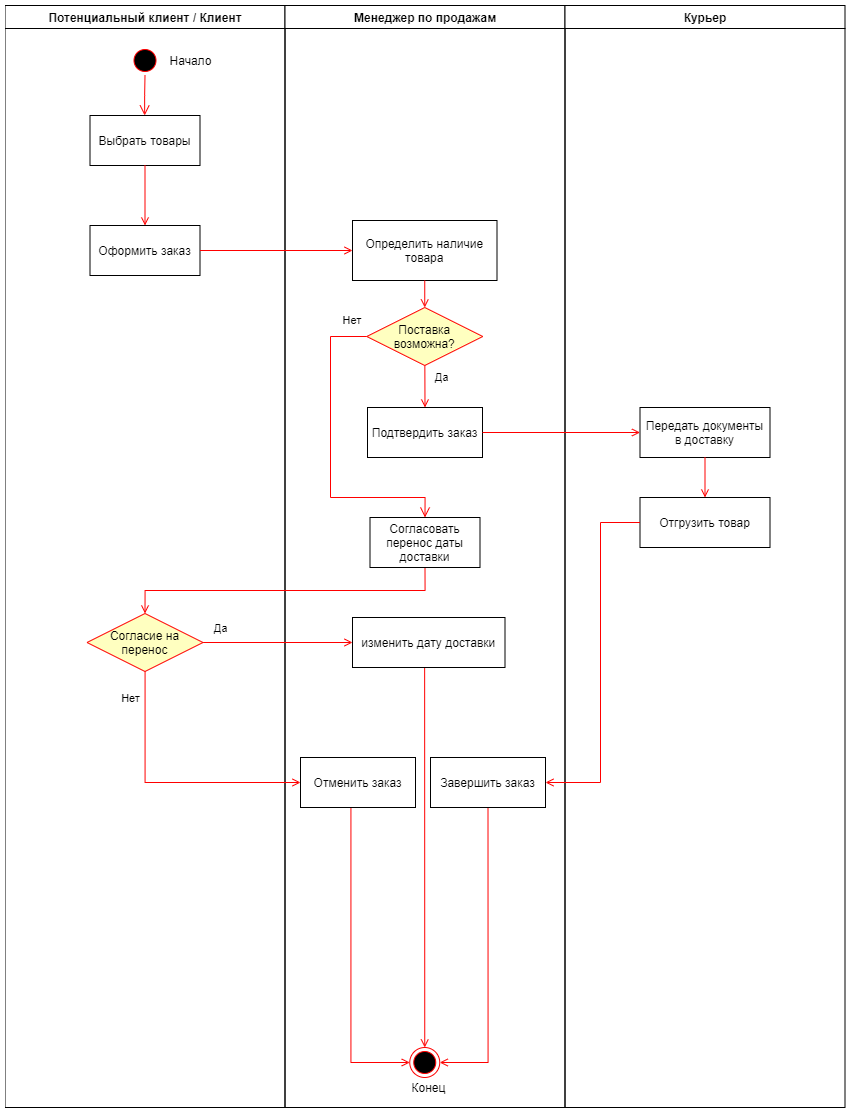
Above: Документация/diagrams/activity.png in pieceee/water-order (draw.io), before the change. Source tidied: cells renumbered, new cells last; positions are measured from the earlier drawing's top-left corner, leaving out a move shared by most shapes. Its diagram source:
```xml
<mxGraphModel background="#ffffff">
  <root>
    <mxCell id="0" />
    <mxCell id="1" parent="0" />
    <mxCell id="2" value="Потенциальный клиент / Клиент" style="swimlane;whiteSpace=wrap;" parent="1" vertex="1">
      <mxGeometry x="0.5" width="280" height="1102" as="geometry" />
    </mxCell>
    <mxCell id="3" value="Н" style="ellipse;shape=startState;fillColor=#000000;strokeColor=#ff0000;" parent="2" vertex="1">
      <mxGeometry x="125" y="40" width="30" height="30" as="geometry" />
    </mxCell>
    <mxCell id="4" style="edgeStyle=elbowEdgeStyle;elbow=horizontal;verticalAlign=bottom;endArrow=open;endSize=8;strokeColor=#FF0000;endFill=1;rounded=0;" parent="2" edge="1" source="3" target="5">
      <mxGeometry x="125" y="40" as="geometry" />
    </mxCell>
    <mxCell id="5" value="Выбрать товары" parent="2" vertex="1">
      <mxGeometry x="85" y="110" width="110" height="50" as="geometry" />
    </mxCell>
    <mxCell id="6" value="Оформить заказ" parent="2" vertex="1">
      <mxGeometry x="85" y="220" width="110" height="50" as="geometry" />
    </mxCell>
    <mxCell id="7" style="endArrow=open;strokeColor=#FF0000;endFill=1;rounded=0;" parent="2" edge="1" source="5" target="6">
      <mxGeometry relative="1" as="geometry" />
    </mxCell>
    <mxCell id="8" value="Начало" style="text;html=1;align=center;verticalAlign=middle;" parent="2" vertex="1">
      <mxGeometry x="155" y="45" width="60" height="20" as="geometry" />
    </mxCell>
    <mxCell id="9" value="Менеджер по продажам" style="swimlane;whiteSpace=wrap;" parent="1" vertex="1">
      <mxGeometry x="280.5" width="280" height="1102" as="geometry" />
    </mxCell>
    <mxCell id="10" value="Определить наличие&#10;товара" parent="9" vertex="1">
      <mxGeometry x="67.5" y="215" width="144.5" height="60" as="geometry" />
    </mxCell>
    <mxCell id="11" value="Подтвердить заказ" parent="9" vertex="1">
      <mxGeometry x="82.5" y="402" width="115" height="50" as="geometry" />
    </mxCell>
    <mxCell id="12" style="endArrow=open;strokeColor=#FF0000;endFill=1;rounded=0;entryX=0.5;entryY=0;entryDx=0;entryDy=0;" parent="9" edge="1" source="10" target="15">
      <mxGeometry relative="1" as="geometry" />
    </mxCell>
    <mxCell id="13" style="rounded=0;jettySize=auto;html=1;entryX=0.5;entryY=0;entryDx=0;entryDy=0;fillColor=#ffcd28;strokeColor=#FF0000;gradientColor=#ffa500;endArrow=open;endFill=0;" parent="9" edge="1" source="15" target="11">
      <mxGeometry relative="1" as="geometry" />
    </mxCell>
    <mxCell id="14" value="Да" style="edgeLabel;html=1;align=center;verticalAlign=middle;" parent="13" vertex="1">
      <mxGeometry x="-0.44" relative="1" as="geometry">
        <mxPoint x="15.5" as="offset" />
      </mxGeometry>
    </mxCell>
    <mxCell id="15" value="Поставка&#10;возможна?" style="rhombus;fillColor=#ffffc0;strokeColor=#ff0000;" parent="9" vertex="1">
      <mxGeometry x="81.8" y="302" width="116" height="58" as="geometry" />
    </mxCell>
    <mxCell id="16" style="edgeStyle=orthogonalEdgeStyle;rounded=0;jettySize=auto;html=1;exitX=0.5;exitY=1;exitDx=0;exitDy=0;endArrow=open;endFill=0;strokeColor=#FF0000;entryX=0.5;entryY=0;entryDx=0;entryDy=0;" parent="9" edge="1" source="17" target="18">
      <mxGeometry relative="1" as="geometry">
        <Array as="points">
          <mxPoint x="140" y="662" />
        </Array>
      </mxGeometry>
    </mxCell>
    <mxCell id="17" value="изменить дату доставки" parent="9" vertex="1">
      <mxGeometry x="67.5" y="612" width="152.5" height="50" as="geometry" />
    </mxCell>
    <mxCell id="18" style="ellipse;shape=endState;fillColor=#000000;strokeColor=#ff0000;" parent="9" vertex="1">
      <mxGeometry x="124.8" y="1042" width="30" height="30" as="geometry" />
    </mxCell>
    <mxCell id="19" value="Конец" style="text;html=1;align=center;verticalAlign=middle;" parent="9" vertex="1">
      <mxGeometry x="118.8" y="1072" width="50" height="20" as="geometry" />
    </mxCell>
    <mxCell id="20" style="edgeStyle=orthogonalEdgeStyle;rounded=0;jettySize=auto;html=1;exitX=0.5;exitY=1;exitDx=0;exitDy=0;entryX=0;entryY=0.5;entryDx=0;entryDy=0;endArrow=open;endFill=0;strokeColor=#FF0000;" parent="9" edge="1" source="21" target="18">
      <mxGeometry relative="1" as="geometry">
        <Array as="points">
          <mxPoint x="66" y="802" />
          <mxPoint x="66" y="1057" />
        </Array>
      </mxGeometry>
    </mxCell>
    <mxCell id="21" value="Отменить заказ" parent="9" vertex="1">
      <mxGeometry x="15.5" y="752" width="115" height="50" as="geometry" />
    </mxCell>
    <mxCell id="22" style="edgeStyle=orthogonalEdgeStyle;rounded=0;jettySize=auto;html=1;exitX=0.5;exitY=1;exitDx=0;exitDy=0;entryX=1;entryY=0.5;entryDx=0;entryDy=0;endArrow=open;endFill=0;strokeColor=#FF0000;" parent="9" edge="1" source="23" target="18">
      <mxGeometry relative="1" as="geometry" />
    </mxCell>
    <mxCell id="23" value="Завершить заказ" parent="9" vertex="1">
      <mxGeometry x="145.5" y="752" width="115" height="50" as="geometry" />
    </mxCell>
    <mxCell id="24" value="Курьер" style="swimlane;whiteSpace=wrap;" parent="1" vertex="1">
      <mxGeometry x="560.5" width="280" height="1102" as="geometry" />
    </mxCell>
    <mxCell id="25" value="Передать документы&#10;в доставку" parent="24" vertex="1">
      <mxGeometry x="75" y="402" width="130" height="50" as="geometry" />
    </mxCell>
    <mxCell id="26" value="Отгрузить товар" parent="24" vertex="1">
      <mxGeometry x="75" y="492" width="130" height="50" as="geometry" />
    </mxCell>
    <mxCell id="27" style="endArrow=open;strokeColor=#FF0000;endFill=1;rounded=0;entryX=0.5;entryY=0;entryDx=0;entryDy=0;" parent="24" edge="1" source="25" target="26">
      <mxGeometry relative="1" as="geometry" />
    </mxCell>
    <mxCell id="28" style="endArrow=open;strokeColor=#FF0000;endFill=1;rounded=0;exitX=1;exitY=0.5;exitDx=0;exitDy=0;entryX=0;entryY=0.5;entryDx=0;entryDy=0;" parent="1" edge="1" source="6" target="10">
      <mxGeometry relative="1" as="geometry" />
    </mxCell>
    <mxCell id="29" style="edgeStyle=orthogonalEdgeStyle;rounded=0;jettySize=auto;html=1;entryX=0.5;entryY=0;entryDx=0;entryDy=0;endArrow=open;endFill=0;strokeColor=#FF0000;exitX=0.5;exitY=1;exitDx=0;exitDy=0;" parent="1" edge="1" source="30" target="38">
      <mxGeometry relative="1" as="geometry" />
    </mxCell>
    <mxCell id="30" value="Согласовать &#10;перенос даты&#10;доставки" parent="1" vertex="1">
      <mxGeometry x="365.5" y="512" width="110" height="50" as="geometry" />
    </mxCell>
    <mxCell id="31" value="Нет" style="edgeStyle=orthogonalEdgeStyle;elbow=horizontal;align=left;verticalAlign=top;endArrow=open;endSize=8;strokeColor=#FF0000;endFill=1;rounded=0;entryX=0.5;entryY=0;entryDx=0;entryDy=0;" parent="1" edge="1" source="15" target="30">
      <mxGeometry x="-0.83" y="-29" relative="1" as="geometry">
        <Array as="points">
          <mxPoint x="326" y="331" />
          <mxPoint x="326" y="492" />
          <mxPoint x="420" y="492" />
        </Array>
      </mxGeometry>
    </mxCell>
    <mxCell id="32" style="edgeStyle=none;strokeColor=#FF0000;endArrow=open;endFill=1;rounded=0;exitX=1;exitY=0.5;exitDx=0;exitDy=0;" parent="1" edge="1" source="11" target="25">
      <mxGeometry relative="1" as="geometry" />
    </mxCell>
    <mxCell id="33" style="edgeStyle=orthogonalEdgeStyle;rounded=0;jettySize=auto;html=1;entryX=1;entryY=0.5;entryDx=0;entryDy=0;endArrow=open;endFill=0;strokeColor=#FF0000;" parent="1" edge="1" source="26" target="23">
      <mxGeometry relative="1" as="geometry">
        <Array as="points">
          <mxPoint x="596" y="517" />
          <mxPoint x="596" y="777" />
        </Array>
      </mxGeometry>
    </mxCell>
    <mxCell id="34" style="edgeStyle=orthogonalEdgeStyle;rounded=0;jettySize=auto;html=1;exitX=1;exitY=0.5;exitDx=0;exitDy=0;entryX=0;entryY=0.5;entryDx=0;entryDy=0;endArrow=open;endFill=0;strokeColor=#FF0000;" parent="1" edge="1" source="38" target="17">
      <mxGeometry relative="1" as="geometry" />
    </mxCell>
    <mxCell id="35" value="Да" style="edgeLabel;html=1;align=center;verticalAlign=middle;" parent="34" vertex="1">
      <mxGeometry x="-0.69" relative="1" as="geometry">
        <mxPoint x="-6" y="-15" as="offset" />
      </mxGeometry>
    </mxCell>
    <mxCell id="36" style="edgeStyle=orthogonalEdgeStyle;rounded=0;jettySize=auto;html=1;entryX=0;entryY=0.5;entryDx=0;entryDy=0;endArrow=open;endFill=0;strokeColor=#FF0000;" parent="1" edge="1" source="38" target="21">
      <mxGeometry relative="1" as="geometry">
        <Array as="points">
          <mxPoint x="141" y="777" />
        </Array>
      </mxGeometry>
    </mxCell>
    <mxCell id="37" value="Нет" style="edgeLabel;html=1;align=center;verticalAlign=middle;" parent="36" vertex="1">
      <mxGeometry x="-0.81" y="-2" relative="1" as="geometry">
        <mxPoint x="-13" y="2" as="offset" />
      </mxGeometry>
    </mxCell>
    <mxCell id="38" value="Согласие на&#10;перенос" style="rhombus;fillColor=#ffffc0;strokeColor=#ff0000;" parent="1" vertex="1">
      <mxGeometry x="82.5" y="608" width="116" height="58" as="geometry" />
    </mxCell>
  </root>
</mxGraphModel>
```
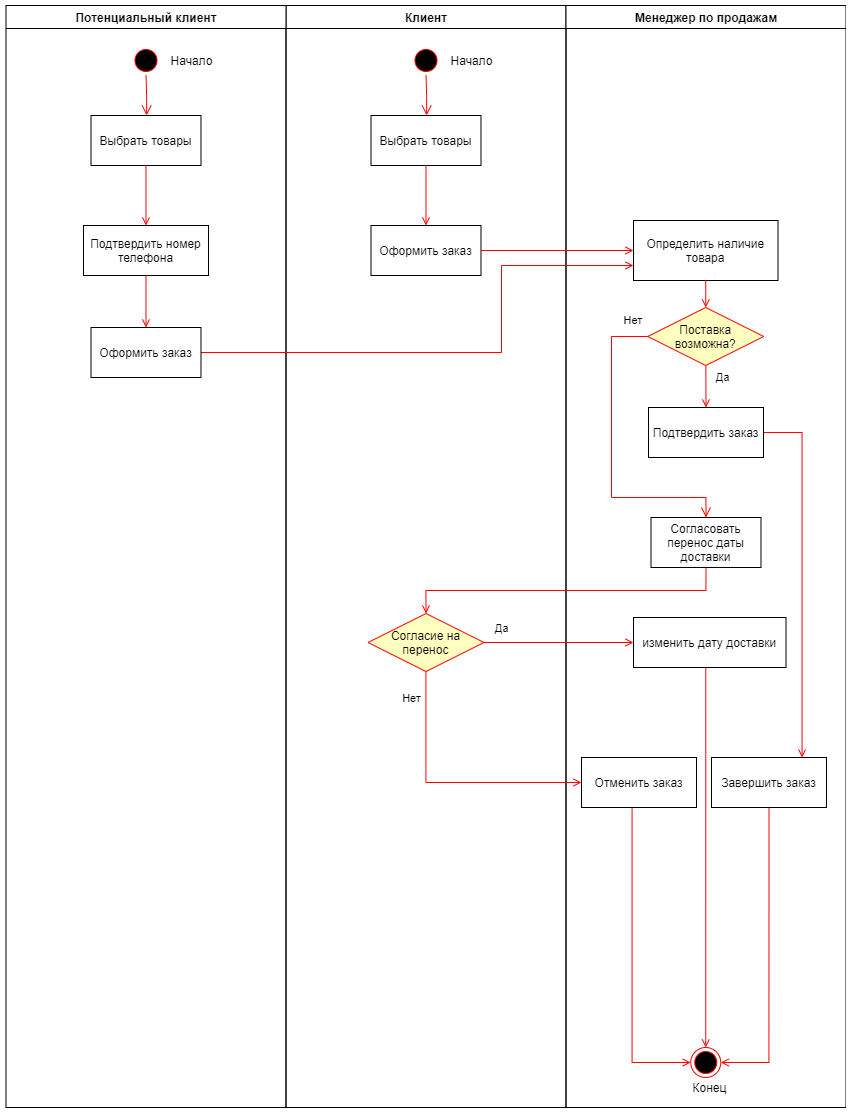
The same diagram one commit later.

Commit message:
activity, state fix

Change to the diagram source:
```diff
@@ -2,7 +2,7 @@
   <root>
     <mxCell id="0" />
     <mxCell id="1" parent="0" />
-    <mxCell id="2" value="Потенциальный клиент / Клиент" style="swimlane;whiteSpace=wrap;" parent="1" vertex="1">
+    <mxCell id="2" value="Клиент" style="swimlane;whiteSpace=wrap;" parent="1" vertex="1">
       <mxGeometry x="0.5" width="280" height="1102" as="geometry" />
     </mxCell>
     <mxCell id="3" value="Н" style="ellipse;shape=startState;fillColor=#000000;strokeColor=#ff0000;" parent="2" vertex="1">
@@ -29,6 +29,13 @@
     <mxCell id="10" value="Определить наличие&#10;товара" parent="9" vertex="1">
       <mxGeometry x="67.5" y="215" width="144.5" height="60" as="geometry" />
     </mxCell>
+    <mxCell id="39" style="edgeStyle=orthogonalEdgeStyle;rounded=0;jettySize=auto;html=1;endArrow=open;endFill=0;strokeColor=#FF0000;" parent="9" edge="1" source="11" target="23">
+      <mxGeometry relative="1" as="geometry">
+        <Array as="points">
+          <mxPoint x="236" y="427" />
+        </Array>
+      </mxGeometry>
+    </mxCell>
     <mxCell id="11" value="Подтвердить заказ" parent="9" vertex="1">
       <mxGeometry x="82.5" y="402" width="115" height="50" as="geometry" />
     </mxCell>
@@ -79,18 +86,6 @@
     <mxCell id="23" value="Завершить заказ" parent="9" vertex="1">
       <mxGeometry x="145.5" y="752" width="115" height="50" as="geometry" />
     </mxCell>
-    <mxCell id="24" value="Курьер" style="swimlane;whiteSpace=wrap;" parent="1" vertex="1">
-      <mxGeometry x="560.5" width="280" height="1102" as="geometry" />
-    </mxCell>
-    <mxCell id="25" value="Передать документы&#10;в доставку" parent="24" vertex="1">
-      <mxGeometry x="75" y="402" width="130" height="50" as="geometry" />
-    </mxCell>
-    <mxCell id="26" value="Отгрузить товар" parent="24" vertex="1">
-      <mxGeometry x="75" y="492" width="130" height="50" as="geometry" />
-    </mxCell>
-    <mxCell id="27" style="endArrow=open;strokeColor=#FF0000;endFill=1;rounded=0;entryX=0.5;entryY=0;entryDx=0;entryDy=0;" parent="24" edge="1" source="25" target="26">
-      <mxGeometry relative="1" as="geometry" />
-    </mxCell>
     <mxCell id="28" style="endArrow=open;strokeColor=#FF0000;endFill=1;rounded=0;exitX=1;exitY=0.5;exitDx=0;exitDy=0;entryX=0;entryY=0.5;entryDx=0;entryDy=0;" parent="1" edge="1" source="6" target="10">
       <mxGeometry relative="1" as="geometry" />
     </mxCell>
@@ -109,17 +104,6 @@
         </Array>
       </mxGeometry>
     </mxCell>
-    <mxCell id="32" style="edgeStyle=none;strokeColor=#FF0000;endArrow=open;endFill=1;rounded=0;exitX=1;exitY=0.5;exitDx=0;exitDy=0;" parent="1" edge="1" source="11" target="25">
-      <mxGeometry relative="1" as="geometry" />
-    </mxCell>
-    <mxCell id="33" style="edgeStyle=orthogonalEdgeStyle;rounded=0;jettySize=auto;html=1;entryX=1;entryY=0.5;entryDx=0;entryDy=0;endArrow=open;endFill=0;strokeColor=#FF0000;" parent="1" edge="1" source="26" target="23">
-      <mxGeometry relative="1" as="geometry">
-        <Array as="points">
-          <mxPoint x="596" y="517" />
-          <mxPoint x="596" y="777" />
-        </Array>
-      </mxGeometry>
-    </mxCell>
     <mxCell id="34" style="edgeStyle=orthogonalEdgeStyle;rounded=0;jettySize=auto;html=1;exitX=1;exitY=0.5;exitDx=0;exitDy=0;entryX=0;entryY=0.5;entryDx=0;entryDy=0;endArrow=open;endFill=0;strokeColor=#FF0000;" parent="1" edge="1" source="38" target="17">
       <mxGeometry relative="1" as="geometry" />
     </mxCell>
@@ -143,5 +127,40 @@
     <mxCell id="38" value="Согласие на&#10;перенос" style="rhombus;fillColor=#ffffc0;strokeColor=#ff0000;" parent="1" vertex="1">
       <mxGeometry x="82.5" y="608" width="116" height="58" as="geometry" />
     </mxCell>
+    <mxCell id="40" value="Потенциальный клиент" style="swimlane;whiteSpace=wrap;" parent="1" vertex="1">
+      <mxGeometry x="-279.5" width="280" height="1102" as="geometry" />
+    </mxCell>
+    <mxCell id="41" value="Н" style="ellipse;shape=startState;fillColor=#000000;strokeColor=#ff0000;" parent="40" vertex="1">
+      <mxGeometry x="125" y="40" width="30" height="30" as="geometry" />
+    </mxCell>
+    <mxCell id="42" style="edgeStyle=elbowEdgeStyle;elbow=horizontal;verticalAlign=bottom;endArrow=open;endSize=8;strokeColor=#FF0000;endFill=1;rounded=0;" parent="40" edge="1" source="41" target="43">
+      <mxGeometry x="125" y="40" as="geometry" />
+    </mxCell>
+    <mxCell id="43" value="Выбрать товары" parent="40" vertex="1">
+      <mxGeometry x="85" y="110" width="110" height="50" as="geometry" />
+    </mxCell>
+    <mxCell id="44" value="Подтвердить номер&#10;телефона" parent="40" vertex="1">
+      <mxGeometry x="77.5" y="220" width="125" height="50" as="geometry" />
+    </mxCell>
+    <mxCell id="45" style="endArrow=open;strokeColor=#FF0000;endFill=1;rounded=0;" parent="40" edge="1" source="43" target="44">
+      <mxGeometry relative="1" as="geometry" />
+    </mxCell>
+    <mxCell id="46" value="Начало" style="text;html=1;align=center;verticalAlign=middle;" parent="40" vertex="1">
+      <mxGeometry x="155" y="45" width="60" height="20" as="geometry" />
+    </mxCell>
+    <mxCell id="47" style="edgeStyle=orthogonalEdgeStyle;rounded=0;jettySize=auto;html=1;entryX=0;entryY=0.75;entryDx=0;entryDy=0;strokeColor=#FF0000;endArrow=open;endFill=0;" parent="1" edge="1" source="48" target="10">
+      <mxGeometry relative="1" as="geometry">
+        <Array as="points">
+          <mxPoint x="216" y="347" />
+          <mxPoint x="216" y="260" />
+        </Array>
+      </mxGeometry>
+    </mxCell>
+    <mxCell id="48" value="Оформить заказ" parent="1" vertex="1">
+      <mxGeometry x="-194.5" y="322" width="110" height="50" as="geometry" />
+    </mxCell>
+    <mxCell id="49" style="endArrow=open;strokeColor=#FF0000;endFill=1;rounded=0;" parent="1" edge="1" source="44" target="48">
+      <mxGeometry relative="1" as="geometry" />
+    </mxCell>
   </root>
 </mxGraphModel>
```
